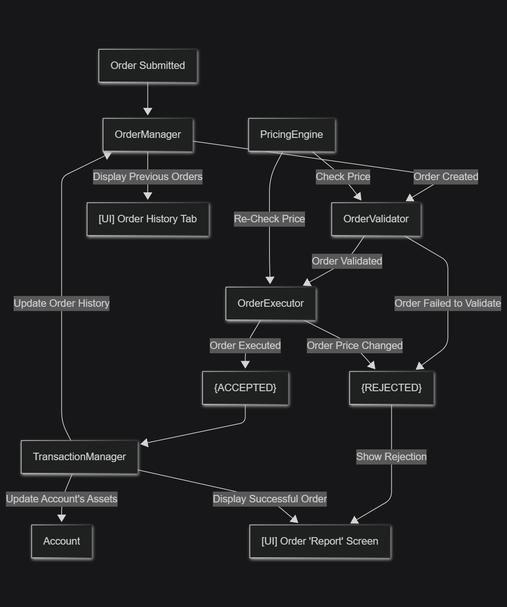
Above: diagrams/eventFlow.png in monkey-business-stonks/monkey-business (Mermaid), before the change. Its source is kept beside it as diagrams/eventFlow.mmd. Source of this version:
```mermaid
---
config:
    theme: dark
---
flowchart TD
    A[Order Submitted]
    B[OrderValidator]
    C["{REJECTED}"]
    D[OrderExecutor]
    E[PricingEngine]
    F["{ACCEPTED}"]
    G[TransactionManager]
    H[OrderManager]
    I[Account]
    J["[UI] Order 'Report' Screen"]
    K["[UI] Order History Tab"]

    A-->H
    H-->|Order Created| B
    E-->|Check Price| B
    B-->|Order Validated| D
    B-->|Order Failed to Validate| C
    D-->|Order Price Changed| C
    C-->|Show Rejection| J
    E-->|Re-Check Price| D
    D-->|Order Executed| F
    F-->G
    G-->|Update Account's Assets|I
    G-->|Update Order History|H
    G-->|Display Successful Order|J
    H-->|Display Previous Orders|K
```
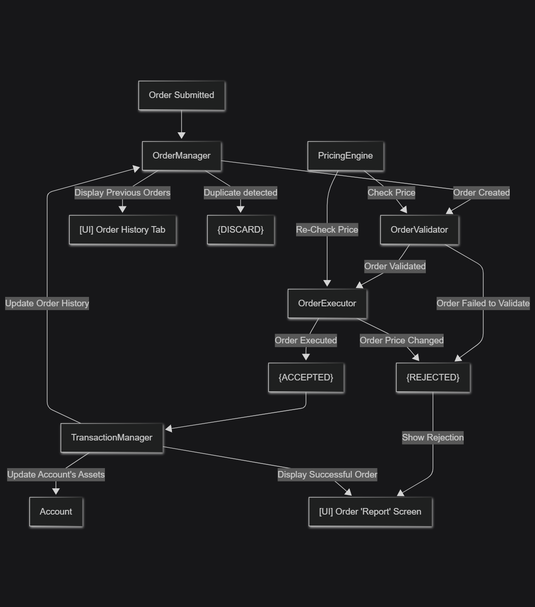
After the commit.

Commit message:
Updated Event Flow

What changed in the source:
```diff
@@ -14,6 +14,7 @@
     I[Account]
     J["[UI] Order 'Report' Screen"]
     K["[UI] Order History Tab"]
+    L["{DISCARD}"]
 
     A-->H
     H-->|Order Created| B
@@ -29,3 +30,4 @@
     G-->|Update Order History|H
     G-->|Display Successful Order|J
     H-->|Display Previous Orders|K
+    H-->|Duplicate detected|L
```
